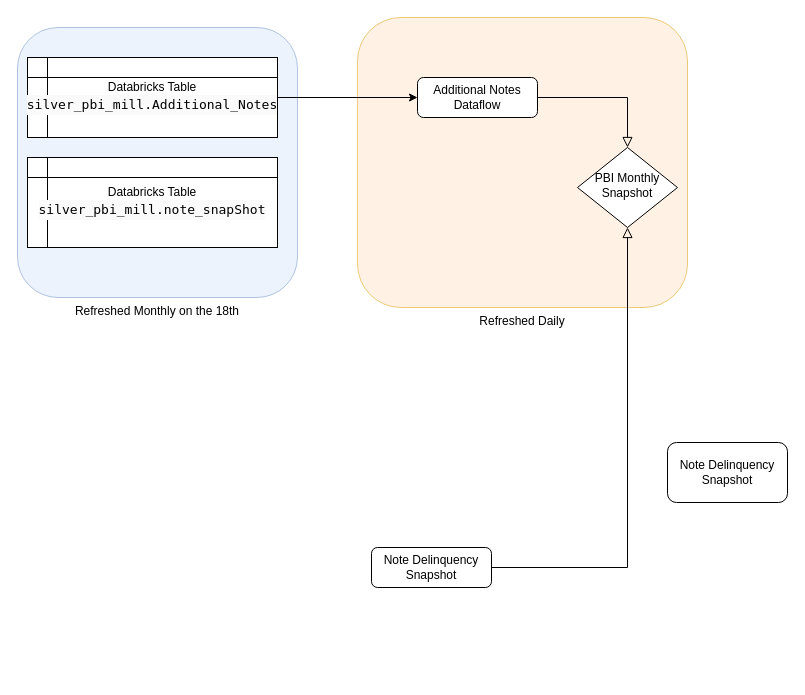
The draw.io diagram Untitled Diagram.drawio in floresb/FlowCharts, before the edit. Source tidied: cells renumbered, new cells numbered last; positions are measured from the earlier drawing's top-left corner, leaving out a move shared by most shapes. Both pictures are drawn from the tidied source at 100%, with x=0, y=0 at pixel (17, 17).
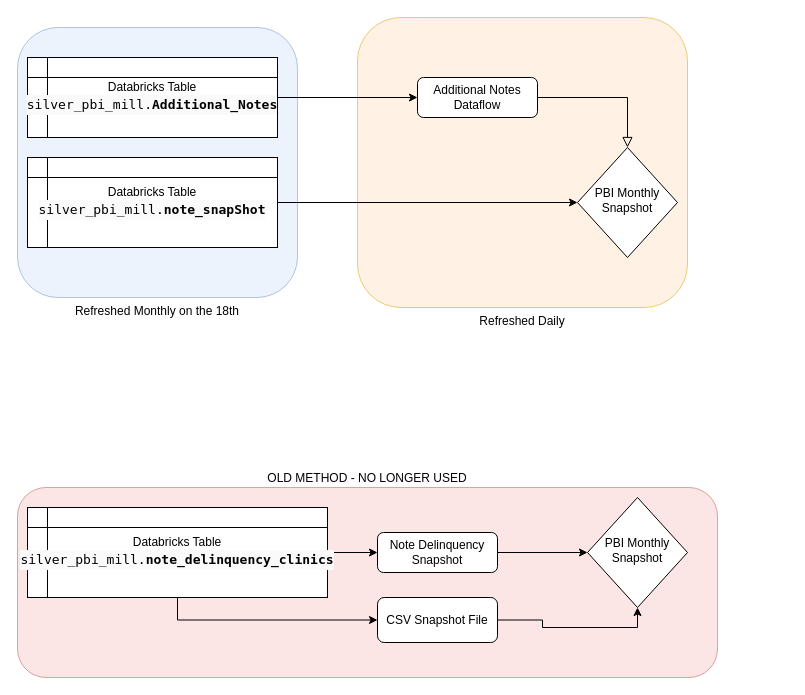
Above is the later version.

Diff of the diagram source:
```diff
@@
 <mxGraphModel>
   <root>
     <mxCell id="0" />
     <mxCell id="1" parent="0" />
+    <mxCell id="13" value="OLD METHOD - NO LONGER USED" style="rounded=1;whiteSpace=wrap;html=1;direction=south;fillColor=#f8cecc;strokeColor=#b85450;opacity=50;imageVerticalAlign=middle;labelPosition=center;verticalLabelPosition=top;align=center;verticalAlign=bottom;" parent="1" vertex="1">
+      <mxGeometry y="470" width="700" height="190" as="geometry" />
+    </mxCell>
     <mxCell id="2" value="Refreshed Daily" style="rounded=1;whiteSpace=wrap;html=1;direction=south;fillColor=#ffe6cc;strokeColor=#d79b00;opacity=50;imageVerticalAlign=middle;labelPosition=center;verticalLabelPosition=bottom;align=center;verticalAlign=top;" parent="1" vertex="1">
       <mxGeometry x="340" width="330" height="290" as="geometry" />
     </mxCell>
     <mxCell id="3" value="Refreshed Monthly on the 18th" style="rounded=1;whiteSpace=wrap;html=1;direction=south;fillColor=#dae8fc;strokeColor=#6c8ebf;opacity=50;labelPosition=center;verticalLabelPosition=bottom;align=center;verticalAlign=top;" parent="1" vertex="1">
       <mxGeometry y="10" width="280" height="270" as="geometry" />
     </mxCell>
     <mxCell id="4" style="rounded=0;html=1;jettySize=auto;fontSize=11;endArrow=block;endFill=0;endSize=8;strokeWidth=1;shadow=0;labelBackgroundColor=none;edgeStyle=orthogonalEdgeStyle;" parent="1" edge="1" source="5" target="7">
       <mxGeometry relative="1" as="geometry" />
     </mxCell>
     <mxCell id="5" value="Additional Notes Dataflow" style="rounded=1;whiteSpace=wrap;html=1;fontSize=12;glass=0;strokeWidth=1;shadow=0;" parent="1" vertex="1">
       <mxGeometry x="400" y="60" width="120" height="40" as="geometry" />
     </mxCell>
-    <mxCell id="6" style="edgeStyle=orthogonalEdgeStyle;rounded=0;html=1;jettySize=auto;fontSize=11;endArrow=block;endFill=0;endSize=8;strokeWidth=1;shadow=0;labelBackgroundColor=none;entryX=0.5;entryY=1;entryDx=0;entryDy=0;exitX=1;exitY=0.5;exitDx=0;exitDy=0;" parent="1" edge="1" source="8" target="7">
-      <mxGeometry y="10" relative="1" as="geometry" />
-    </mxCell>
     <mxCell id="7" value="&lt;div&gt;PBI Monthly Snapshot&lt;/div&gt;" style="rhombus;whiteSpace=wrap;html=1;shadow=0;fontFamily=Helvetica;fontSize=12;align=center;strokeWidth=1;spacing=6;spacingTop=-4;" parent="1" vertex="1">
-      <mxGeometry x="560" y="130" width="100" height="80" as="geometry" />
+      <mxGeometry x="560" y="130" width="100" height="110" as="geometry" />
     </mxCell>
+    <mxCell id="14" style="edgeStyle=orthogonalEdgeStyle;rounded=0;jettySize=auto;html=1;exitX=1;exitY=0.5;exitDx=0;exitDy=0;entryX=0;entryY=0.5;entryDx=0;entryDy=0;" parent="1" edge="1" source="8" target="20">
+      <mxGeometry relative="1" as="geometry" />
+    </mxCell>
     <mxCell id="8" value="Note Delinquency Snapshot" style="rounded=1;whiteSpace=wrap;html=1;fontSize=12;glass=0;strokeWidth=1;shadow=0;" parent="1" vertex="1">
-      <mxGeometry x="354" y="530" width="120" height="40" as="geometry" />
+      <mxGeometry x="360" y="515" width="120" height="40" as="geometry" />
     </mxCell>
+    <mxCell id="15" style="edgeStyle=orthogonalEdgeStyle;rounded=0;jettySize=auto;html=1;exitX=1;exitY=0.5;exitDx=0;exitDy=0;entryX=0.5;entryY=1;entryDx=0;entryDy=0;" parent="1" edge="1" source="9" target="20">
+      <mxGeometry relative="1" as="geometry" />
+    </mxCell>
-    <mxCell id="9" value="Note Delinquency Snapshot" style="rounded=1;whiteSpace=wrap;html=1;fontSize=12;glass=0;strokeWidth=1;shadow=0;" parent="1" vertex="1">
-      <mxGeometry x="650" y="425" width="120" height="60" as="geometry" />
+    <mxCell id="9" value="CSV Snapshot File" style="rounded=1;whiteSpace=wrap;html=1;fontSize=12;glass=0;strokeWidth=1;shadow=0;" parent="1" vertex="1">
+      <mxGeometry x="360" y="580" width="120" height="45" as="geometry" />
     </mxCell>
     <mxCell id="10" style="edgeStyle=orthogonalEdgeStyle;rounded=0;jettySize=auto;html=1;exitX=1;exitY=0.5;exitDx=0;exitDy=0;" parent="1" edge="1" source="11" target="5">
       <mxGeometry relative="1" as="geometry" />
     </mxCell>
-    <mxCell id="11" value="Databricks Table &lt;br&gt;&lt;div style=&quot;color: rgb(0, 0, 0); background-color: rgb(250, 250, 250); font-family: &amp;quot;Source Code Pro&amp;quot;, &amp;quot;Menlo&amp;quot;, &amp;quot;Consolas&amp;quot;, monospace, Consolas, &amp;quot;Courier New&amp;quot;, monospace; font-weight: normal; font-size: 13px; line-height: 20px;&quot;&gt;&lt;div&gt;silver_pbi_mill.Additional_Notes&lt;/div&gt;&lt;/div&gt;" style="shape=internalStorage;whiteSpace=wrap;html=1;backgroundOutline=1;labelPosition=center;verticalLabelPosition=middle;align=center;verticalAlign=middle;" parent="1" vertex="1">
+    <mxCell id="11" value="Databricks Table &lt;br&gt;&lt;div style=&quot;color: rgb(0, 0, 0); background-color: rgb(250, 250, 250); font-family: &amp;quot;Source Code Pro&amp;quot;, &amp;quot;Menlo&amp;quot;, &amp;quot;Consolas&amp;quot;, monospace, Consolas, &amp;quot;Courier New&amp;quot;, monospace; font-weight: normal; font-size: 13px; line-height: 20px;&quot;&gt;&lt;div&gt;silver_pbi_mill.&lt;b&gt;Additional_Notes&lt;/b&gt;&lt;/div&gt;&lt;/div&gt;" style="shape=internalStorage;whiteSpace=wrap;html=1;backgroundOutline=1;labelPosition=center;verticalLabelPosition=middle;align=center;verticalAlign=middle;" parent="1" vertex="1">
       <mxGeometry x="10" y="40" width="250" height="80" as="geometry" />
     </mxCell>
+    <mxCell id="16" style="edgeStyle=orthogonalEdgeStyle;rounded=0;jettySize=auto;html=1;exitX=1;exitY=0.5;exitDx=0;exitDy=0;entryX=0;entryY=0.5;entryDx=0;entryDy=0;" parent="1" edge="1" source="12" target="7">
+      <mxGeometry relative="1" as="geometry" />
+    </mxCell>
-    <mxCell id="12" value="Databricks Table &lt;br&gt;&lt;div style=&quot;color: rgb(0, 0, 0); background-color: rgb(250, 250, 250); font-family: &amp;quot;Source Code Pro&amp;quot;, &amp;quot;Menlo&amp;quot;, &amp;quot;Consolas&amp;quot;, monospace, Consolas, &amp;quot;Courier New&amp;quot;, monospace; font-weight: normal; line-height: 20px; font-size: 13px;&quot;&gt;&lt;div&gt;silver_pbi_mill.note_snapShot&lt;/div&gt;&lt;/div&gt;" style="shape=internalStorage;whiteSpace=wrap;html=1;backgroundOutline=1;labelPosition=center;verticalLabelPosition=middle;align=center;verticalAlign=middle;" parent="1" vertex="1">
+    <mxCell id="12" value="Databricks Table &lt;br&gt;&lt;div style=&quot;color: rgb(0, 0, 0); background-color: rgb(250, 250, 250); font-family: &amp;quot;Source Code Pro&amp;quot;, &amp;quot;Menlo&amp;quot;, &amp;quot;Consolas&amp;quot;, monospace, Consolas, &amp;quot;Courier New&amp;quot;, monospace; font-weight: normal; line-height: 20px; font-size: 13px;&quot;&gt;&lt;div&gt;silver_pbi_mill.&lt;b&gt;note_snapShot&lt;/b&gt;&lt;/div&gt;&lt;/div&gt;" style="shape=internalStorage;whiteSpace=wrap;html=1;backgroundOutline=1;labelPosition=center;verticalLabelPosition=middle;align=center;verticalAlign=middle;" parent="1" vertex="1">
       <mxGeometry x="10" y="140" width="250" height="90" as="geometry" />
     </mxCell>
+    <mxCell id="17" style="edgeStyle=orthogonalEdgeStyle;rounded=0;jettySize=auto;html=1;exitX=1;exitY=0.5;exitDx=0;exitDy=0;entryX=0;entryY=0.5;entryDx=0;entryDy=0;" parent="1" edge="1" source="19" target="8">
+      <mxGeometry relative="1" as="geometry" />
+    </mxCell>
+    <mxCell id="18" style="edgeStyle=orthogonalEdgeStyle;rounded=0;jettySize=auto;html=1;exitX=0.5;exitY=1;exitDx=0;exitDy=0;" parent="1" edge="1" source="19" target="9">
+      <mxGeometry relative="1" as="geometry" />
+    </mxCell>
+    <mxCell id="19" value="Databricks Table &lt;br&gt;&lt;div style=&quot;color: rgb(0, 0, 0); background-color: rgb(250, 250, 250); font-family: &amp;quot;Source Code Pro&amp;quot;, &amp;quot;Menlo&amp;quot;, &amp;quot;Consolas&amp;quot;, monospace, Consolas, &amp;quot;Courier New&amp;quot;, monospace; font-weight: normal; font-size: 13px; line-height: 20px;&quot;&gt;&lt;div&gt;silver_pbi_mill.&lt;b&gt;note_delinquency_clinics&lt;/b&gt;&lt;/div&gt;&lt;/div&gt;" style="shape=internalStorage;whiteSpace=wrap;html=1;backgroundOutline=1;labelPosition=center;verticalLabelPosition=middle;align=center;verticalAlign=middle;" parent="1" vertex="1">
+      <mxGeometry x="10" y="490" width="300" height="90" as="geometry" />
+    </mxCell>
+    <mxCell id="20" value="&lt;div&gt;PBI Monthly Snapshot&lt;/div&gt;" style="rhombus;whiteSpace=wrap;html=1;shadow=0;fontFamily=Helvetica;fontSize=12;align=center;strokeWidth=1;spacing=6;spacingTop=-4;" parent="1" vertex="1">
+      <mxGeometry x="570" y="480" width="100" height="110" as="geometry" />
+    </mxCell>
   </root>
 </mxGraphModel>
```
